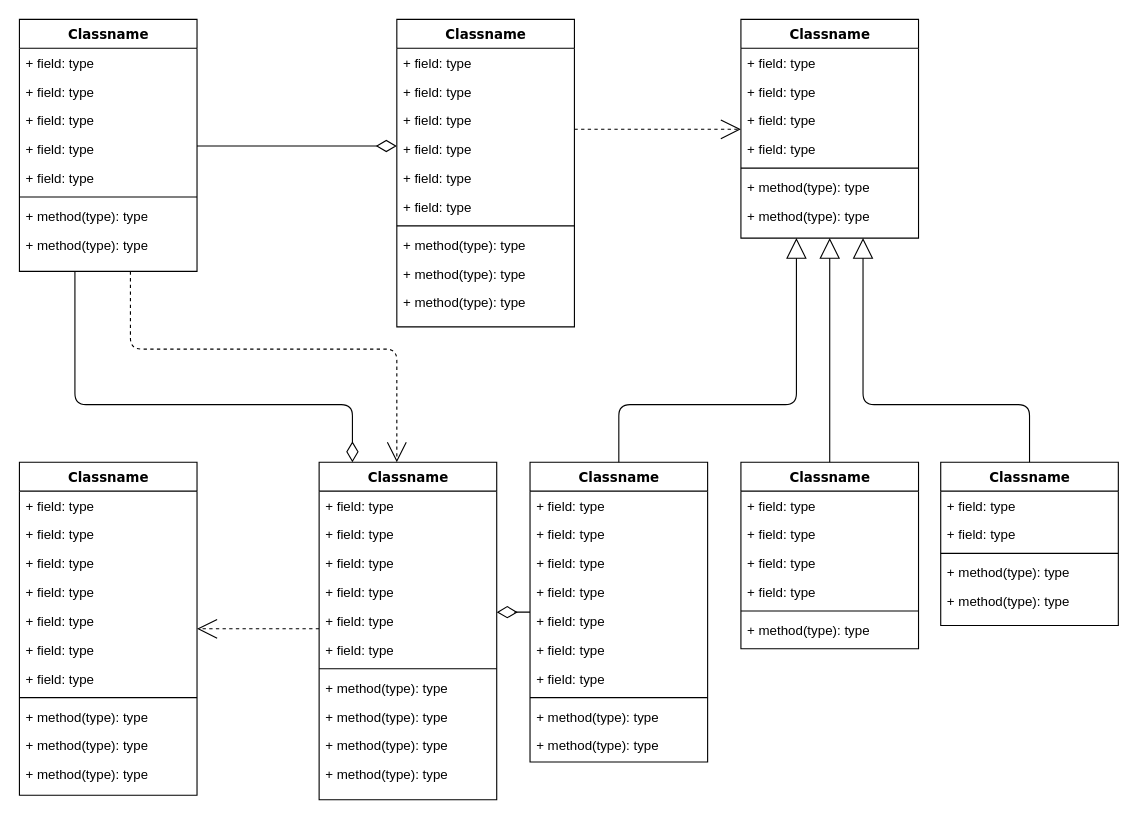
The draw.io diagram Untitled Diagram.drawio in deepukumargupta/GWEB, before the edit. Source tidied: cells renumbered, new cells numbered last; positions are measured from the earlier drawing's top-left corner, leaving out a move shared by most shapes. Both pictures are drawn from the tidied source at 111%, with x=0, y=0 at pixel (19, 19).
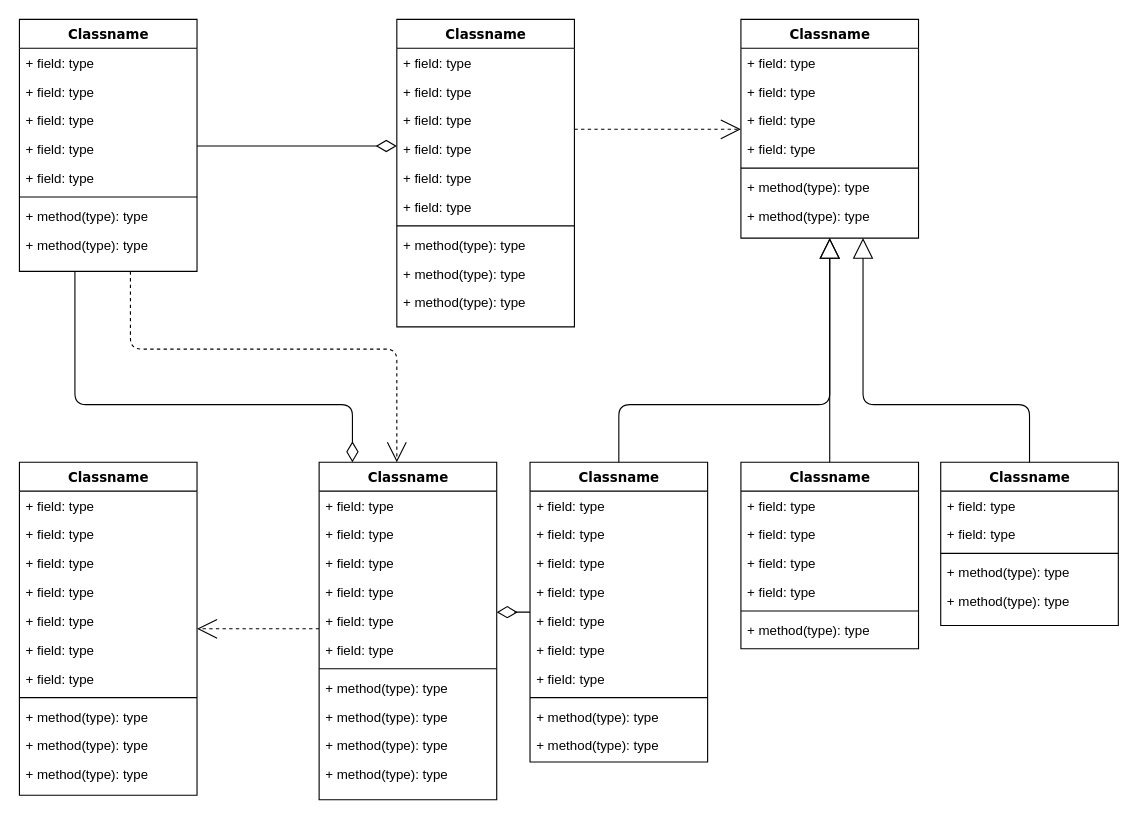
The same diagram, later.

Unchanged cells that the change refers to:
```xml
<mxCell id="25" value="Classname" style="swimlane;html=1;fontStyle=1;align=center;verticalAlign=top;horizontal=1;startSize=26;swimlaneFillColor=#ffffff;rounded=0;shadow=0;comic=0;labelBackgroundColor=none;strokeWidth=1;fillColor=none;fontFamily=Verdana;fontSize=12;" parent="1" vertex="1">
  <mxGeometry x="650" width="160" height="197" as="geometry" />
</mxCell>
<mxCell id="60" value="Classname" style="swimlane;html=1;fontStyle=1;align=center;verticalAlign=top;horizontal=1;startSize=26;swimlaneFillColor=#ffffff;rounded=0;shadow=0;comic=0;labelBackgroundColor=none;strokeWidth=1;fillColor=none;fontFamily=Verdana;fontSize=12;" parent="1" vertex="1">
  <mxGeometry x="460" y="399" width="160" height="270" as="geometry" />
</mxCell>
```

What changed in the source:
```diff
@@
-    <mxCell id="59" style="edgeStyle=orthogonalEdgeStyle;html=1;labelBackgroundColor=none;startFill=0;startSize=8;endArrow=block;endFill=0;endSize=16;fontFamily=Verdana;fontSize=12;" parent="1" edge="1" source="60" target="25">
+    <mxCell id="59" style="edgeStyle=orthogonalEdgeStyle;html=1;labelBackgroundColor=none;startFill=0;startSize=8;endArrow=block;endFill=0;endSize=16;fontFamily=Verdana;fontSize=12;exitX=0.5;exitY=0;exitDx=0;exitDy=0;" parent="1" edge="1" source="60" target="25">
       <mxGeometry relative="1" as="geometry">
         <Array as="points">
           <mxPoint x="540" y="347" />
-          <mxPoint x="700" y="347" />
+          <mxPoint x="730" y="347" />
         </Array>
       </mxGeometry>
     </mxCell>
```
